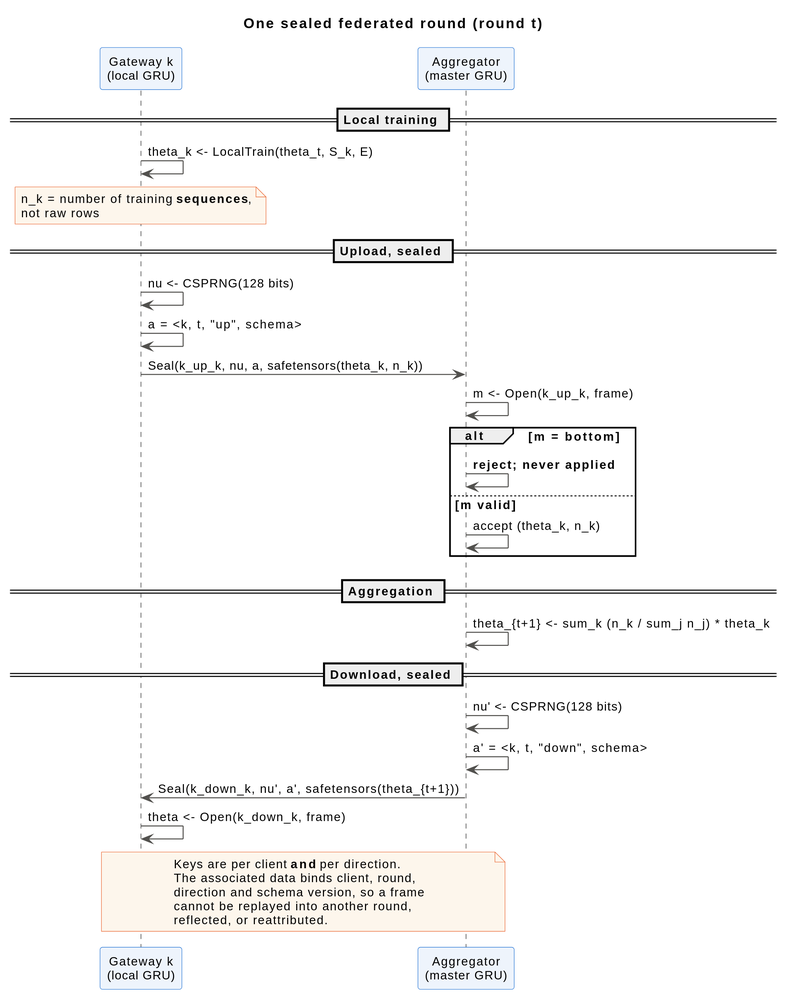
Before: paper/diagrams/02_sealed_round.svg, a diagram exported from PlantUML (AryanAgarwal1251/ascon_smart_agri). Its diagram source:
```plantuml
@startuml
scale 2
skinparam defaultFontName Helvetica
skinparam defaultFontSize 12
skinparam shadowing false
skinparam ParticipantBackgroundColor #eef4fc
skinparam ParticipantBorderColor #2a78d6
skinparam ArrowColor #52514e
skinparam NoteBackgroundColor #fdf6ec
skinparam NoteBorderColor #eb6834

title One sealed federated round (round t)

participant "Gateway k\n(local GRU)" as C
participant "Aggregator\n(master GRU)" as A

== Local training ==
C -> C : theta_k <- LocalTrain(theta_t, S_k, E)
note over C
  n_k = number of training <b>sequences</b>,
  not raw rows
end note

== Upload, sealed ==
C -> C : nu <- CSPRNG(128 bits)
C -> C : a = <k, t, "up", schema>
C -> A : Seal(k_up_k, nu, a, safetensors(theta_k, n_k))

A -> A : m <- Open(k_up_k, frame)
alt m = bottom
  A -> A : <b>reject; never applied</b>
else m valid
  A -> A : accept (theta_k, n_k)
end

== Aggregation ==
A -> A : theta_{t+1} <- sum_k (n_k / sum_j n_j) * theta_k

== Download, sealed ==
A -> A : nu' <- CSPRNG(128 bits)
A -> A : a' = <k, t, "down", schema>
A -> C : Seal(k_down_k, nu', a', safetensors(theta_{t+1}))
C -> C : theta <- Open(k_down_k, frame)

note over C, A
  Keys are per client <b>and</b> per direction.
  The associated data binds client, round,
  direction and schema version, so a frame
  cannot be replayed into another round,
  reflected, or reattributed.
end note
@enduml
```
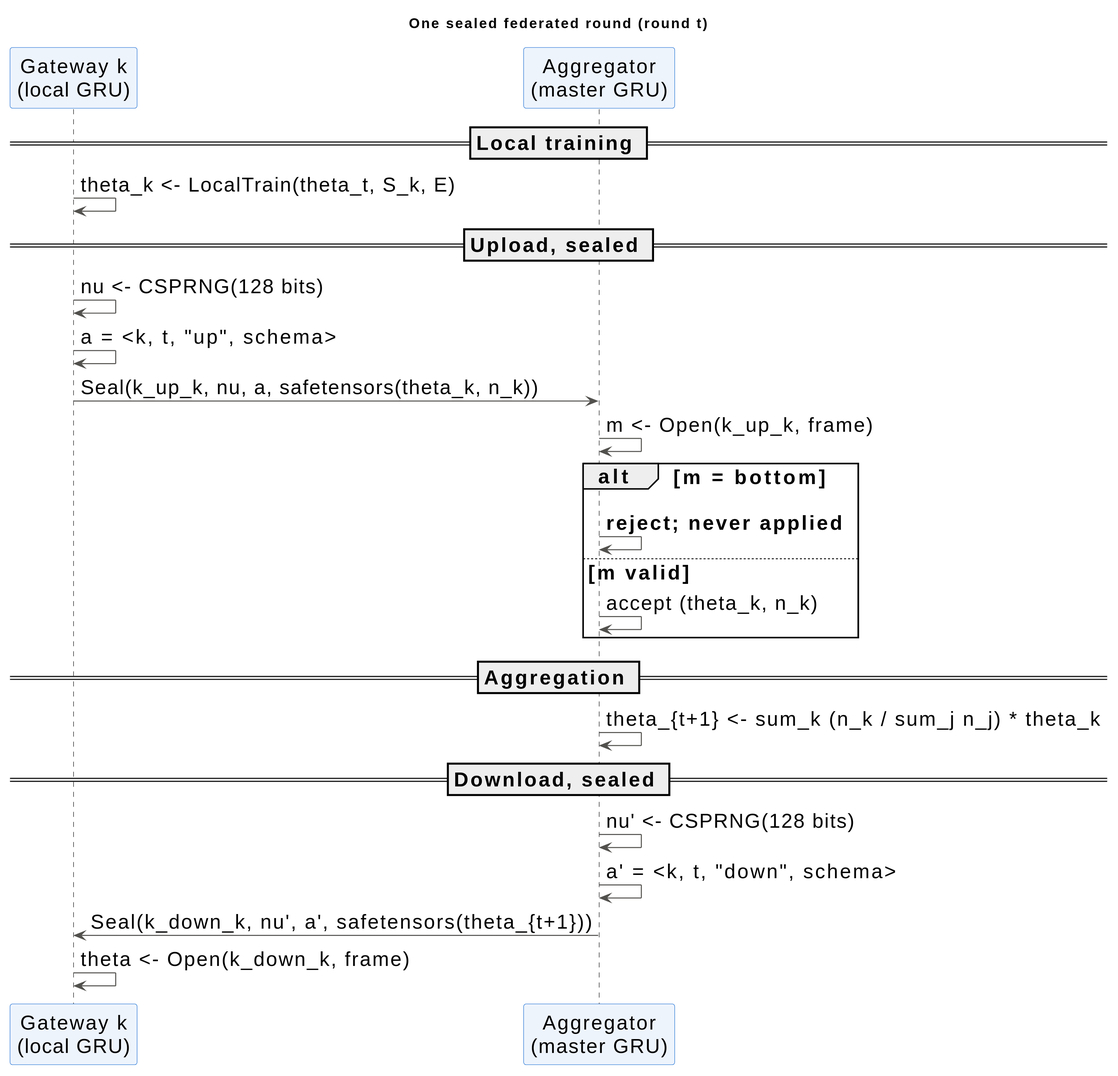
The same file after the commit.

Change to the diagram source:
```diff
@@ -1,7 +1,7 @@
 @startuml
 scale 2
 skinparam defaultFontName Helvetica
-skinparam defaultFontSize 12
+skinparam defaultFontSize 20
 skinparam shadowing false
 skinparam ParticipantBackgroundColor #eef4fc
 skinparam ParticipantBorderColor #2a78d6
@@ -16,10 +16,6 @@
 
 == Local training ==
 C -> C : theta_k <- LocalTrain(theta_t, S_k, E)
-note over C
-  n_k = number of training <b>sequences</b>,
-  not raw rows
-end note
 
 == Upload, sealed ==
 C -> C : nu <- CSPRNG(128 bits)
@@ -41,12 +37,4 @@
 A -> A : a' = <k, t, "down", schema>
 A -> C : Seal(k_down_k, nu', a', safetensors(theta_{t+1}))
 C -> C : theta <- Open(k_down_k, frame)
-
-note over C, A
-  Keys are per client <b>and</b> per direction.
-  The associated data binds client, round,
-  direction and schema version, so a frame
-  cannot be replayed into another round,
-  reflected, or reattributed.
-end note
 @enduml
```
